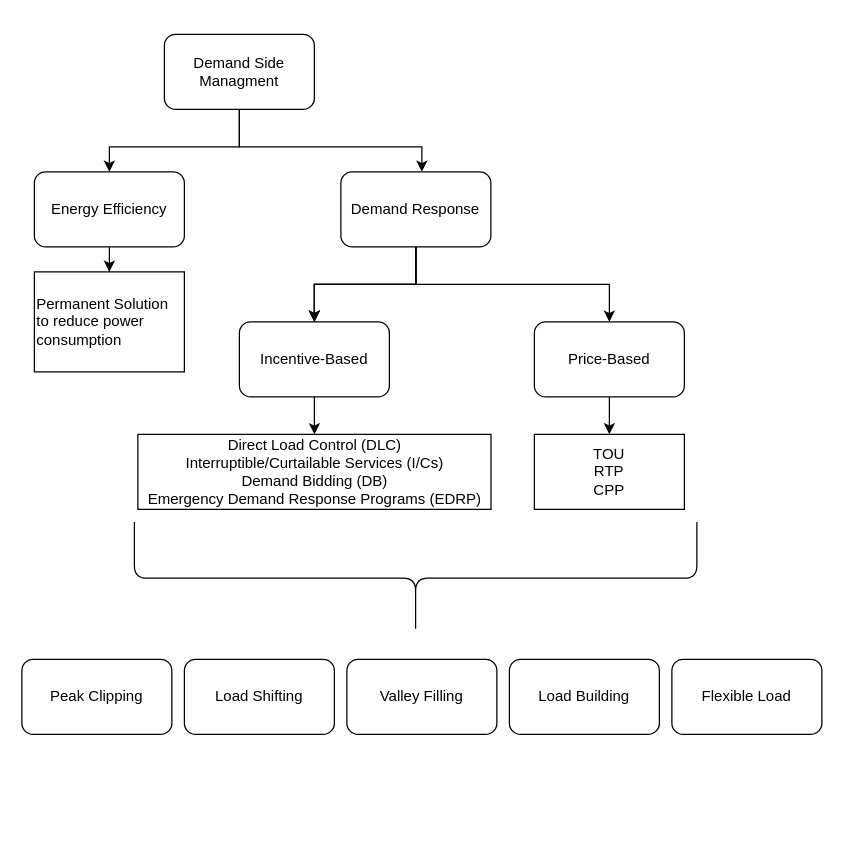
The draw.io diagram DSM_Background.drawio in luistmartins/thesis_ik, before the edit. Source tidied: cells renumbered, new cells numbered last; positions are measured from the earlier drawing's top-left corner, leaving out a move shared by most shapes. Both pictures are drawn from the tidied source at 125%, with x=0, y=0 at pixel (21, 34).
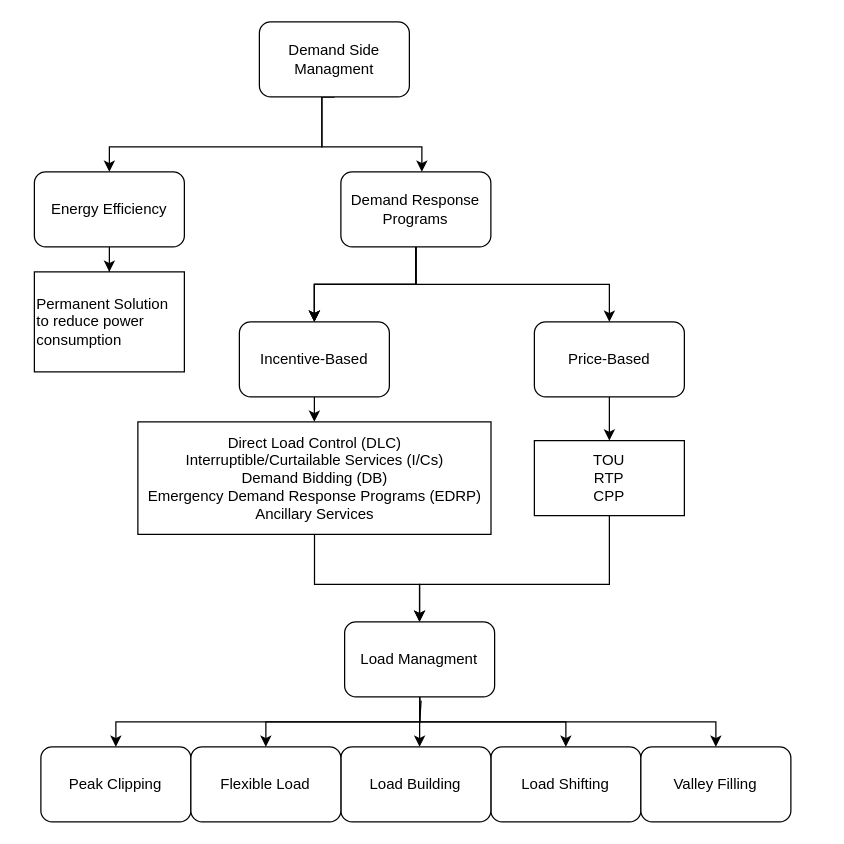
The same diagram, later.

Unchanged cells that the change refers to:
```xml
<mxCell id="6" value="Energy Efficiency" style="whiteSpace=wrap;html=1;rounded=1;" parent="1" vertex="1">
  <mxGeometry x="10" y="110" width="120" height="60" as="geometry" />
</mxCell>
```

Diff of the diagram source:
```diff
@@
-    <mxCell id="2" style="edgeStyle=orthogonalEdgeStyle;rounded=0;jettySize=auto;html=1;" parent="1" edge="1" source="4" target="6">
+    <mxCell id="2" style="edgeStyle=orthogonalEdgeStyle;rounded=0;jettySize=auto;html=1;exitX=0.5;exitY=1;exitDx=0;exitDy=0;" parent="1" edge="1" source="4" target="6">
       <mxGeometry relative="1" as="geometry">
         <Array as="points">
-          <mxPoint x="174" y="90" />
+          <mxPoint x="240" y="50" />
+          <mxPoint x="240" y="90" />
           <mxPoint x="70" y="90" />
         </Array>
       </mxGeometry>
     </mxCell>
     <mxCell id="3" style="edgeStyle=orthogonalEdgeStyle;rounded=0;jettySize=auto;html=1;exitX=0.5;exitY=1;exitDx=0;exitDy=0;" parent="1" edge="1" source="4" target="11">
       <mxGeometry relative="1" as="geometry">
         <Array as="points">
-          <mxPoint x="174" y="90" />
+          <mxPoint x="240" y="50" />
+          <mxPoint x="240" y="90" />
           <mxPoint x="320" y="90" />
         </Array>
       </mxGeometry>
     </mxCell>
     <mxCell id="4" value="Demand Side Managment" style="rounded=1;whiteSpace=wrap;html=1;" parent="1" vertex="1">
-      <mxGeometry x="114" width="120" height="60" as="geometry" />
+      <mxGeometry x="190" y="-10" width="120" height="60" as="geometry" />
     </mxCell>
@@
-    <mxCell id="11" value="Demand Response" style="whiteSpace=wrap;html=1;rounded=1;" parent="1" vertex="1">
+    <mxCell id="11" value="Demand Response Programs" style="whiteSpace=wrap;html=1;rounded=1;" parent="1" vertex="1">
       <mxGeometry x="255.2" y="110" width="120" height="60" as="geometry" />
     </mxCell>
@@
+    <mxCell id="25" style="edgeStyle=orthogonalEdgeStyle;rounded=0;jettySize=auto;html=1;entryX=0.5;entryY=0;entryDx=0;entryDy=0;exitX=0.5;exitY=1;exitDx=0;exitDy=0;" parent="1" edge="1" source="17" target="28">
+      <mxGeometry relative="1" as="geometry">
+        <Array as="points">
+          <mxPoint x="470" y="440" />
+          <mxPoint x="318.3" y="440" />
+        </Array>
+      </mxGeometry>
+    </mxCell>
     <mxCell id="17" value="TOU&lt;div&gt;RTP&lt;br&gt;CPP&lt;/div&gt;" style="rounded=0;whiteSpace=wrap;html=1;" parent="1" vertex="1">
-      <mxGeometry x="410" y="320" width="120" height="60" as="geometry" />
+      <mxGeometry x="410" y="325" width="120" height="60" as="geometry" />
     </mxCell>
+    <mxCell id="26" style="edgeStyle=orthogonalEdgeStyle;rounded=0;jettySize=auto;html=1;" parent="1" edge="1" source="18" target="28">
+      <mxGeometry relative="1" as="geometry">
+        <Array as="points">
+          <mxPoint x="234.1" y="440" />
+          <mxPoint x="318.1" y="440" />
+        </Array>
+      </mxGeometry>
+    </mxCell>
-    <mxCell id="18" value="Direct Load Control (DLC)&lt;div&gt;Interruptible/Curtailable Services (I/Cs)&lt;/div&gt;&lt;div&gt;Demand Bidding (DB)&lt;/div&gt;&lt;div&gt;Emergency Demand Response Programs (EDRP)&lt;/div&gt;" style="rounded=0;whiteSpace=wrap;html=1;" parent="1" vertex="1">
-      <mxGeometry x="92.8" y="320" width="282.5" height="60" as="geometry" />
+    <mxCell id="18" value="Direct Load Control (DLC)&lt;div&gt;Interruptible/Curtailable Services (I/Cs)&lt;/div&gt;&lt;div&gt;Demand Bidding (DB)&lt;/div&gt;&lt;div&gt;Emergency Demand Response Programs (EDRP)&lt;/div&gt;&lt;div&gt;Ancillary Services&lt;/div&gt;" style="rounded=0;whiteSpace=wrap;html=1;" parent="1" vertex="1">
+      <mxGeometry x="92.8" y="310" width="282.5" height="90" as="geometry" />
     </mxCell>
-    <mxCell id="19" style="shape=curlyBracket;whiteSpace=wrap;html=1;rounded=1;flipH=1;labelPosition=right;verticalLabelPosition=middle;align=left;verticalAlign=middle;legacyAnchorPoints=0;rotation=90;" parent="1" vertex="1">
-      <mxGeometry x="270" y="210" width="90" height="450" as="geometry" />
-    </mxCell>
     <mxCell id="20" value="Peak Clipping" style="rounded=1;whiteSpace=wrap;html=1;" parent="1" vertex="1">
-      <mxGeometry y="500" width="120" height="60" as="geometry" />
+      <mxGeometry x="15.2" y="570" width="120" height="60" as="geometry" />
     </mxCell>
     <mxCell id="21" value="Load Shifting" style="rounded=1;whiteSpace=wrap;html=1;" parent="1" vertex="1">
-      <mxGeometry x="130" y="500" width="120" height="60" as="geometry" />
+      <mxGeometry x="375.2" y="570" width="120" height="60" as="geometry" />
     </mxCell>
     <mxCell id="22" value="Valley Filling" style="rounded=1;whiteSpace=wrap;html=1;" parent="1" vertex="1">
-      <mxGeometry x="260" y="500" width="120" height="60" as="geometry" />
+      <mxGeometry x="495.2" y="570" width="120" height="60" as="geometry" />
     </mxCell>
     <mxCell id="23" value="Load Building" style="rounded=1;whiteSpace=wrap;html=1;" parent="1" vertex="1">
-      <mxGeometry x="390" y="500" width="120" height="60" as="geometry" />
+      <mxGeometry x="255.2" y="570" width="120" height="60" as="geometry" />
     </mxCell>
     <mxCell id="24" value="Flexible Load" style="rounded=1;whiteSpace=wrap;html=1;" parent="1" vertex="1">
-      <mxGeometry x="520" y="500" width="120" height="60" as="geometry" />
+      <mxGeometry x="135.2" y="570" width="120" height="60" as="geometry" />
     </mxCell>
+    <mxCell id="27" style="edgeStyle=orthogonalEdgeStyle;rounded=0;jettySize=auto;html=1;" parent="1" edge="1" source="28" target="23">
+      <mxGeometry relative="1" as="geometry">
+        <Array as="points">
+          <mxPoint x="318.3" y="560" />
+          <mxPoint x="318.3" y="560" />
+        </Array>
+      </mxGeometry>
+    </mxCell>
+    <mxCell id="28" value="Load Managment" style="rounded=1;whiteSpace=wrap;html=1;" parent="1" vertex="1">
+      <mxGeometry x="258.2" y="470" width="120" height="60" as="geometry" />
+    </mxCell>
+    <mxCell id="29" style="endArrow=classic;html=1;rounded=0;exitX=0.5;exitY=1;exitDx=0;exitDy=0;entryX=0.5;entryY=0;entryDx=0;entryDy=0;" parent="1" edge="1" source="28" target="24">
+      <mxGeometry relative="1" as="geometry">
+        <Array as="points">
+          <mxPoint x="318.2" y="550" />
+          <mxPoint x="195.2" y="550" />
+        </Array>
+      </mxGeometry>
+    </mxCell>
+    <mxCell id="30" style="endArrow=classic;html=1;rounded=0;exitX=0.5;exitY=1;exitDx=0;exitDy=0;entryX=0.5;entryY=0;entryDx=0;entryDy=0;" parent="1" edge="1" source="28" target="20">
+      <mxGeometry relative="1" as="geometry">
+        <Array as="points">
+          <mxPoint x="318.2" y="550" />
+          <mxPoint x="75.2" y="550" />
+        </Array>
+      </mxGeometry>
+    </mxCell>
+    <mxCell id="31" style="endArrow=classic;html=1;rounded=0;exitX=0.51;exitY=1.05;exitDx=0;exitDy=0;exitPerimeter=0;entryX=0.5;entryY=0;entryDx=0;entryDy=0;" parent="1" edge="1" source="28" target="21">
+      <mxGeometry relative="1" as="geometry">
+        <Array as="points">
+          <mxPoint x="318.2" y="550" />
+          <mxPoint x="435.2" y="550" />
+        </Array>
+      </mxGeometry>
+    </mxCell>
+    <mxCell id="32" style="endArrow=classic;html=1;rounded=0;exitX=0.5;exitY=1;exitDx=0;exitDy=0;entryX=0.5;entryY=0;entryDx=0;entryDy=0;" parent="1" edge="1" source="28" target="22">
+      <mxGeometry relative="1" as="geometry">
+        <Array as="points">
+          <mxPoint x="318.2" y="550" />
+          <mxPoint x="555.2" y="550" />
+        </Array>
+      </mxGeometry>
+    </mxCell>
```
